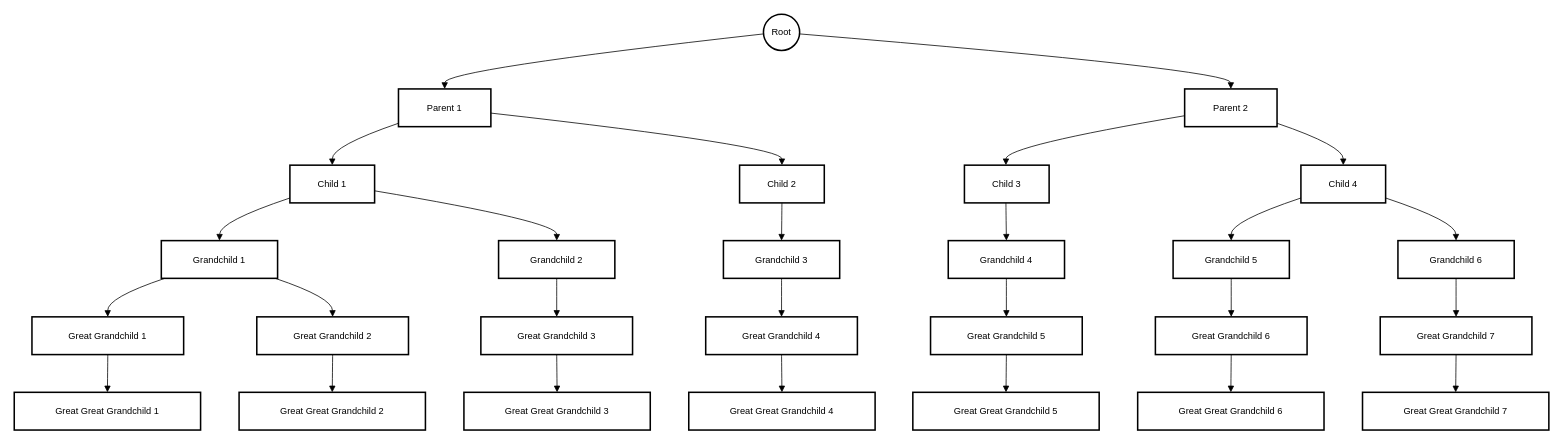
Earlier version of the draw.io diagram structure_diagram.drawio (3omargaad/FMI). Source tidied: cells renumbered, new cells numbered last; positions are measured from the earlier drawing's top-left corner, leaving out a move shared by most shapes. Both pictures are drawn from the tidied source at 77%, with x=0, y=0 at pixel (14, 14).
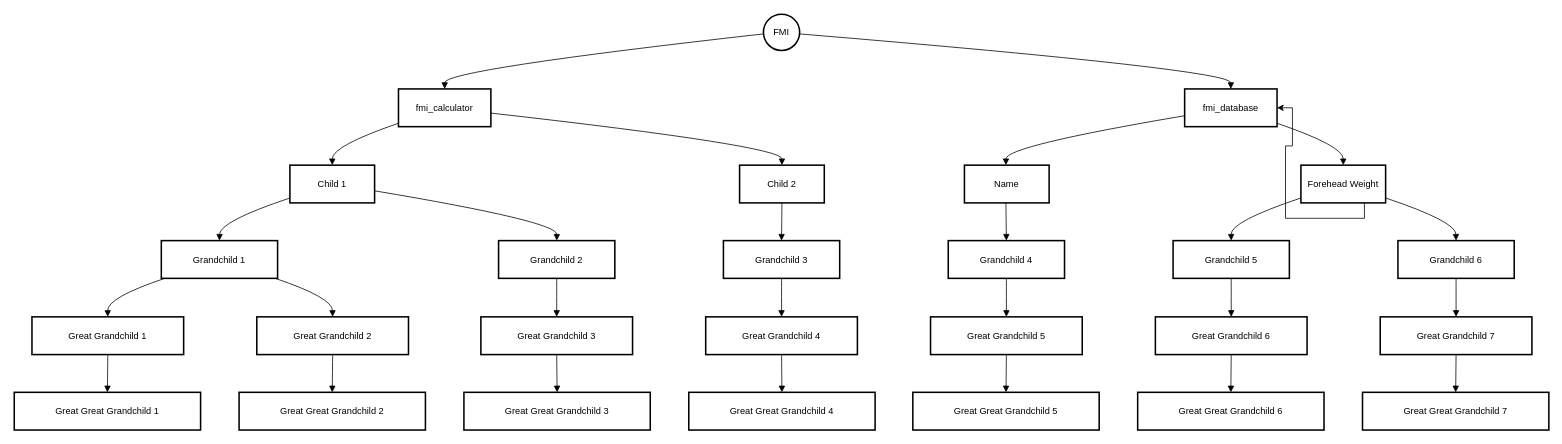
The same page after the edit.

Diff of the diagram source:
```diff
@@
-    <mxCell id="2" value="Root" style="ellipse;strokeWidth=2;whiteSpace=wrap;" parent="1" vertex="1">
+    <mxCell id="2" value="FMI" style="ellipse;strokeWidth=2;whiteSpace=wrap;" parent="1" vertex="1">
       <mxGeometry x="973" width="47" height="47" as="geometry" />
     </mxCell>
-    <mxCell id="3" value="Parent 1" style="whiteSpace=wrap;strokeWidth=2;" parent="1" vertex="1">
+    <mxCell id="3" value="fmi_calculator" style="whiteSpace=wrap;strokeWidth=2;" parent="1" vertex="1">
       <mxGeometry x="499" y="97" width="120" height="49" as="geometry" />
     </mxCell>
-    <mxCell id="4" value="Parent 2" style="whiteSpace=wrap;strokeWidth=2;" parent="1" vertex="1">
+    <mxCell id="4" value="fmi_database" style="whiteSpace=wrap;strokeWidth=2;" parent="1" vertex="1">
       <mxGeometry x="1520" y="97" width="120" height="49" as="geometry" />
     </mxCell>
@@
-    <mxCell id="7" value="Child 3" style="whiteSpace=wrap;strokeWidth=2;" parent="1" vertex="1">
+    <mxCell id="7" value="Name" style="whiteSpace=wrap;strokeWidth=2;" parent="1" vertex="1">
       <mxGeometry x="1234" y="196" width="110" height="49" as="geometry" />
     </mxCell>
+    <mxCell id="55" style="edgeStyle=orthogonalEdgeStyle;rounded=0;jettySize=auto;html=1;exitX=0.75;exitY=1;exitDx=0;exitDy=0;entryX=1;entryY=0.5;entryDx=0;entryDy=0;" parent="1" edge="1" source="8" target="4">
+      <mxGeometry relative="1" as="geometry" />
+    </mxCell>
-    <mxCell id="8" value="Child 4" style="whiteSpace=wrap;strokeWidth=2;" parent="1" vertex="1">
+    <mxCell id="8" value="Forehead Weight" style="whiteSpace=wrap;strokeWidth=2;" parent="1" vertex="1">
       <mxGeometry x="1671" y="196" width="110" height="49" as="geometry" />
     </mxCell>
```
